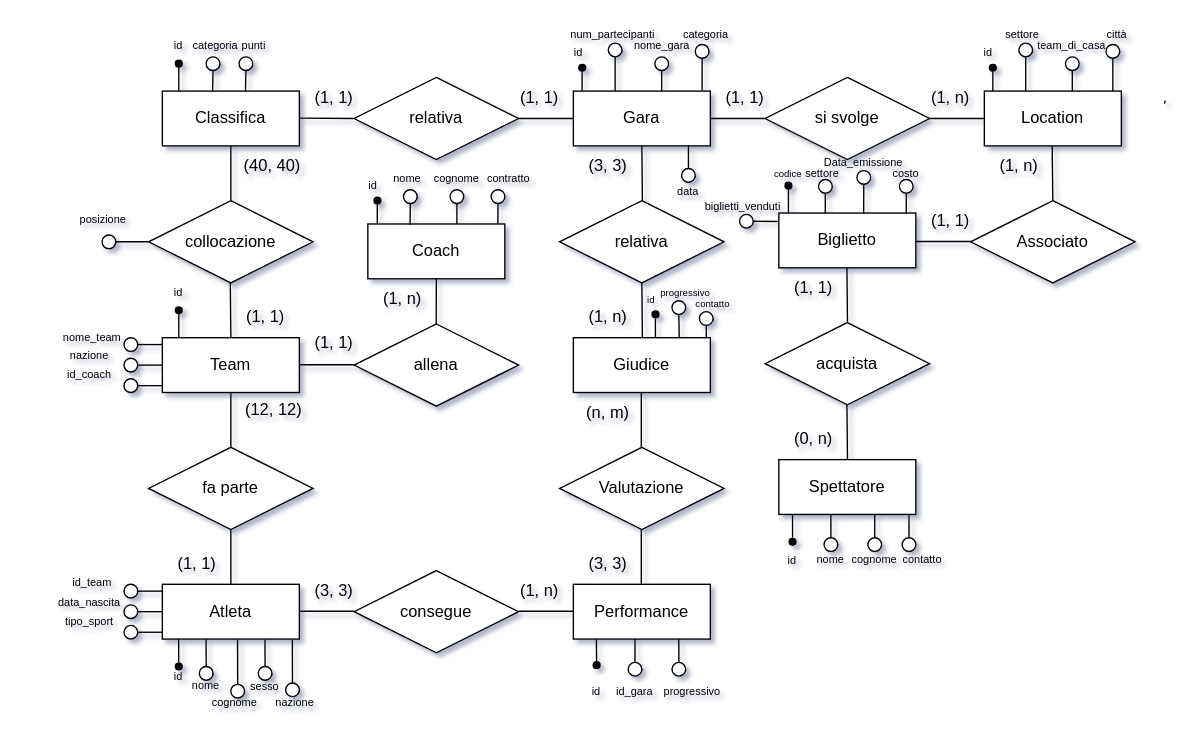
The draw.io diagram Diagramma.drawio in nameisalfio/Database, before the edit. Source tidied: cells renumbered, new cells numbered last; positions are measured from the earlier drawing's top-left corner, leaving out a move shared by most shapes. Both pictures are drawn from the tidied source at 137%, with x=0, y=0 at pixel (23, 27).
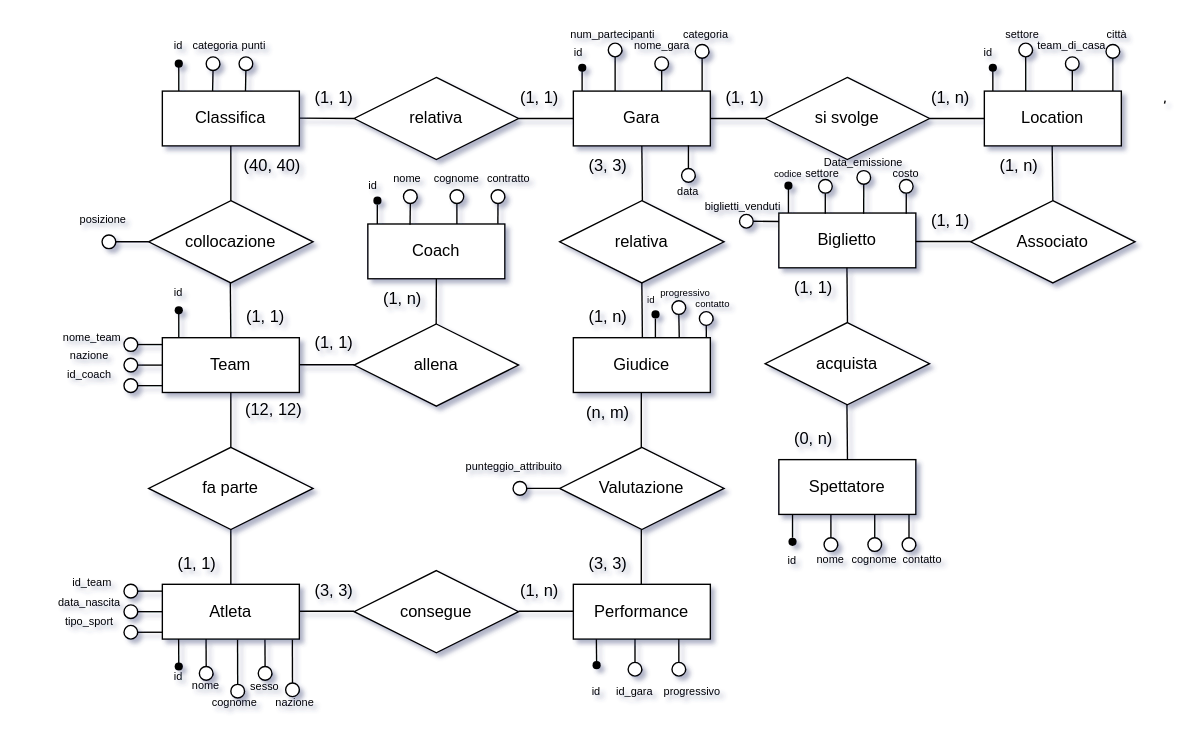
After the change.

What changed in the source:
```diff
@@
+    <mxCell id="240" style="endArrow=none;html=1;rounded=0;labelBackgroundColor=none;fontColor=default;startArrow=none;" parent="1" edge="1" source="243">
+      <mxGeometry relative="1" as="geometry">
+        <mxPoint x="357.7" y="333" as="targetPoint" />
+      </mxGeometry>
+    </mxCell>
+    <mxCell id="241" style="endArrow=none;html=1;rounded=0;labelBackgroundColor=none;fontColor=default;entryX=1;entryY=0.5;entryDx=0;entryDy=0;exitX=1;exitY=0.75;exitDx=0;exitDy=0;startArrow=none;" parent="1" edge="1" source="243" target="243">
+      <mxGeometry relative="1" as="geometry" />
+    </mxCell>
+    <mxCell id="242" style="endArrow=none;html=1;rounded=0;labelBackgroundColor=none;fontColor=default;exitX=0;exitY=0.5;exitDx=0;exitDy=0;" parent="1" edge="1" target="243">
+      <mxGeometry relative="1" as="geometry">
+        <mxPoint x="391" y="336" as="sourcePoint" />
+      </mxGeometry>
+    </mxCell>
+    <mxCell id="243" style="ellipse;whiteSpace=wrap;html=1;" parent="1" vertex="1">
+      <mxGeometry x="357" y="331" width="10" height="10" as="geometry" />
+    </mxCell>
+    <mxCell id="244" value="&lt;span style=&quot;font-size: 8px;&quot;&gt;punteggio_attribuito&lt;/span&gt;" style="text;html=1;strokeColor=none;fillColor=none;align=center;verticalAlign=middle;whiteSpace=wrap;rounded=0;" parent="1" vertex="1">
+      <mxGeometry x="351" y="315" width="14" height="8" as="geometry" />
+    </mxCell>
```
